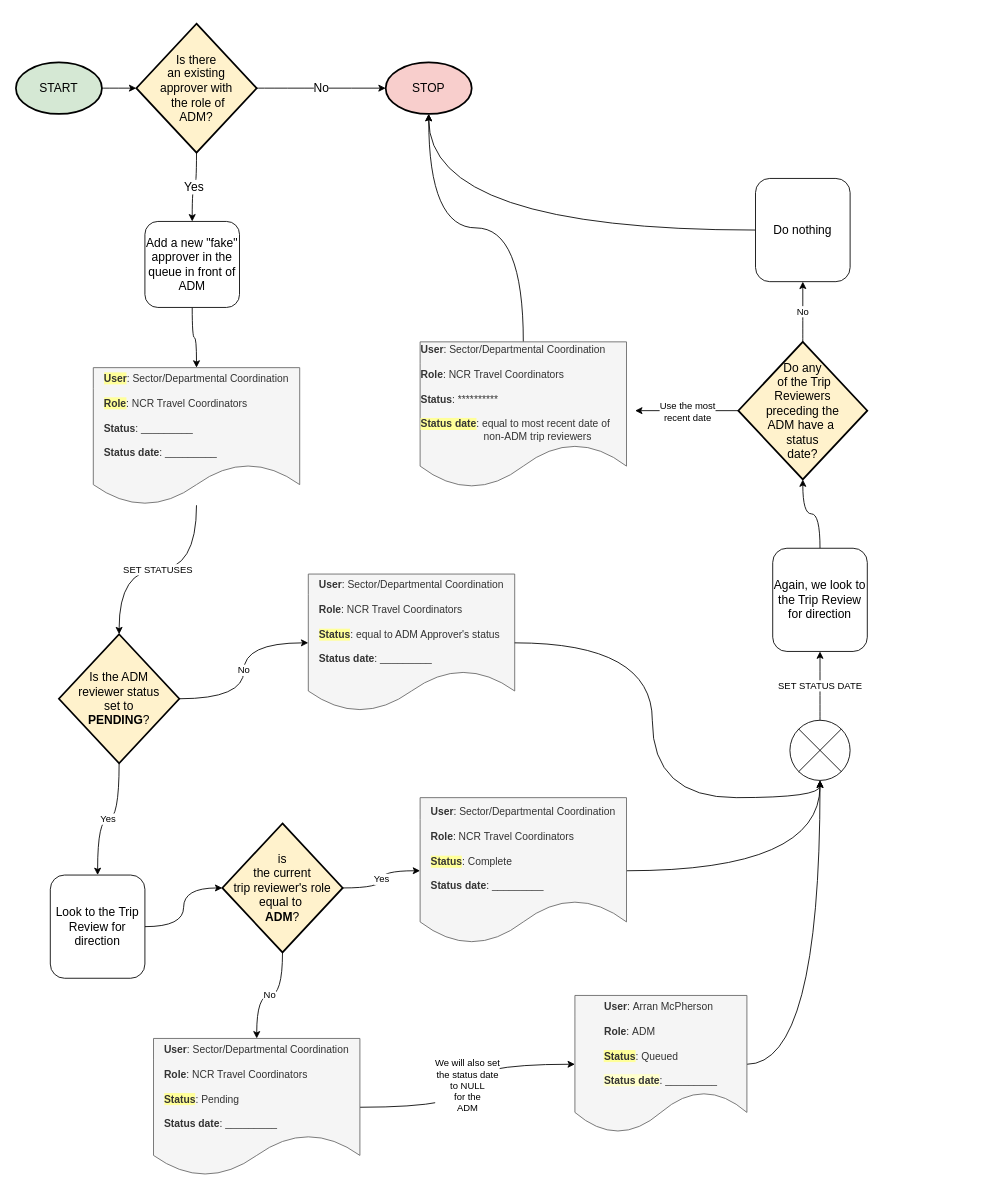
Before: TravelCoordinationApproverInsertionDiagram.drawio in davjfish/diagrams, a draw.io diagram. Source tidied: cells renumbered, new cells numbered last; positions are measured from the earlier drawing's top-left corner, leaving out a move shared by most shapes. Both pictures are drawn from the tidied source at 86%, with x=0, y=0 at pixel (15, 23).
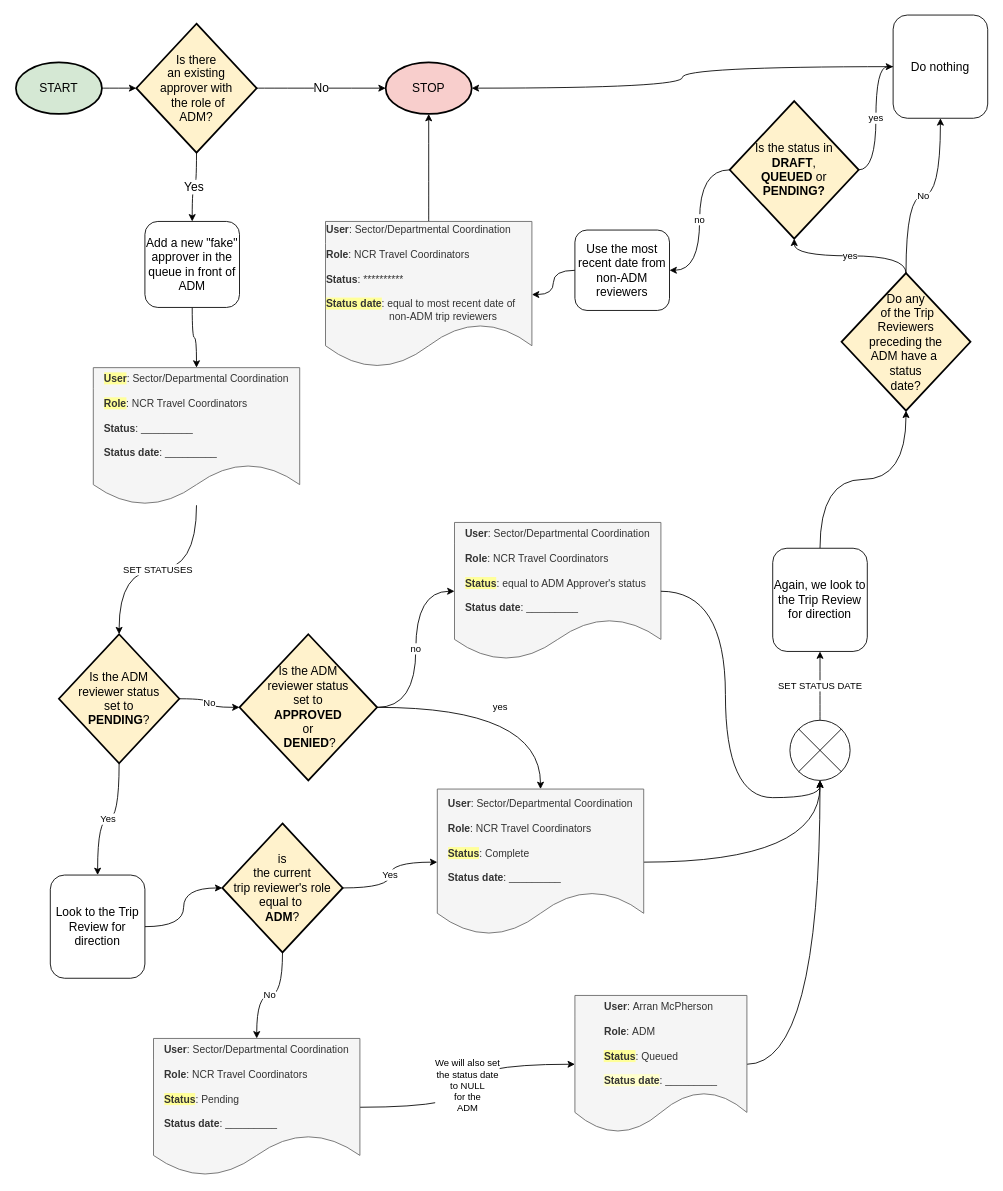
After the change.

The change refers to these unchanged cells:
```xml
<mxCell id="13" value="Is the ADM &lt;br&gt;reviewer status&lt;br&gt;&amp;nbsp;set to&amp;nbsp;&lt;br&gt;&lt;b&gt;PENDING&lt;/b&gt;?" style="rhombus;whiteSpace=wrap;html=1;strokeWidth=2;fontSize=14;fillColor=#FFF2CC;" parent="1" vertex="1">
  <mxGeometry x="50" y="710" width="140" height="150" as="geometry" />
</mxCell>
```

The edit, as a diff of the source:
```diff
@@
-    <mxCell id="11" value="No" style="edgeStyle=orthogonalEdgeStyle;rounded=0;jettySize=auto;html=1;curved=1;" parent="1" edge="1" source="13" target="20">
+    <mxCell id="11" value="No" style="edgeStyle=orthogonalEdgeStyle;rounded=0;jettySize=auto;html=1;curved=1;" parent="1" edge="1" source="13" target="42">
       <mxGeometry relative="1" as="geometry" />
     </mxCell>
@@
     <mxCell id="20" value="&lt;div style=&quot;text-align: left;&quot;&gt;&lt;b style=&quot;background-color: initial;&quot;&gt;User&lt;/b&gt;&lt;span style=&quot;background-color: initial;&quot;&gt;:&amp;nbsp;Sector/Departmental Coordination&lt;/span&gt;&lt;br&gt;&lt;/div&gt;&lt;div style=&quot;text-align: left;&quot;&gt;&lt;br&gt;&lt;/div&gt;&lt;div style=&quot;text-align: left;&quot;&gt;&lt;b&gt;Role&lt;/b&gt;:&amp;nbsp;NCR Travel Coordinators&lt;/div&gt;&lt;div style=&quot;text-align: left;&quot;&gt;&lt;br&gt;&lt;/div&gt;&lt;div style=&quot;text-align: left;&quot;&gt;&lt;b style=&quot;background-color: rgb(255, 255, 153);&quot;&gt;Status&lt;/b&gt;: equal to ADM Approver's status&lt;/div&gt;&lt;div style=&quot;text-align: left;&quot;&gt;&lt;span style=&quot;background-color: initial;&quot;&gt;&lt;br&gt;&lt;/span&gt;&lt;/div&gt;&lt;div style=&quot;text-align: left;&quot;&gt;&lt;b style=&quot;&quot;&gt;Status date&lt;/b&gt;: _________&lt;span style=&quot;background-color: initial;&quot;&gt;&lt;br&gt;&lt;/span&gt;&lt;/div&gt;" style="shape=document;whiteSpace=wrap;html=1;boundedLbl=1;fillColor=#f5f5f5;fontColor=#333333;strokeColor=#666666;" parent="1" vertex="1">
-      <mxGeometry x="340" y="640" width="240" height="160" as="geometry" />
+      <mxGeometry x="510" y="580" width="240" height="160" as="geometry" />
     </mxCell>
@@
     <mxCell id="22" value="&lt;div style=&quot;text-align: left;&quot;&gt;&lt;b style=&quot;background-color: initial;&quot;&gt;User&lt;/b&gt;&lt;span style=&quot;background-color: initial;&quot;&gt;:&amp;nbsp;Sector/Departmental Coordination&lt;/span&gt;&lt;br&gt;&lt;/div&gt;&lt;div style=&quot;text-align: left;&quot;&gt;&lt;br&gt;&lt;/div&gt;&lt;div style=&quot;text-align: left;&quot;&gt;&lt;b&gt;Role&lt;/b&gt;:&amp;nbsp;NCR Travel Coordinators&lt;/div&gt;&lt;div style=&quot;text-align: left;&quot;&gt;&lt;br&gt;&lt;/div&gt;&lt;div style=&quot;text-align: left;&quot;&gt;&lt;b style=&quot;background-color: rgb(255, 255, 153);&quot;&gt;Status&lt;/b&gt;: Complete&lt;/div&gt;&lt;div style=&quot;text-align: left;&quot;&gt;&lt;span style=&quot;background-color: initial;&quot;&gt;&lt;br&gt;&lt;/span&gt;&lt;/div&gt;&lt;div style=&quot;text-align: left;&quot;&gt;&lt;b style=&quot;&quot;&gt;Status date&lt;/b&gt;: _________&lt;span style=&quot;background-color: initial;&quot;&gt;&lt;br&gt;&lt;/span&gt;&lt;/div&gt;" style="shape=document;whiteSpace=wrap;html=1;boundedLbl=1;fillColor=#f5f5f5;fontColor=#333333;strokeColor=#666666;" parent="1" vertex="1">
-      <mxGeometry x="470" y="900" width="240" height="170" as="geometry" />
+      <mxGeometry x="490" y="890" width="240" height="170" as="geometry" />
     </mxCell>
@@
-    <mxCell id="33" value="Use the most&lt;br&gt;recent date" style="edgeStyle=orthogonalEdgeStyle;rounded=0;jettySize=auto;html=1;curved=1;" parent="1" edge="1" source="34">
-      <mxGeometry relative="1" as="geometry">
-        <mxPoint x="720" y="450" as="targetPoint" />
-      </mxGeometry>
+    <mxCell id="33" value="no" style="edgeStyle=orthogonalEdgeStyle;rounded=0;jettySize=auto;html=1;curved=1;entryX=1;entryY=0.5;entryDx=0;entryDy=0;" parent="1" edge="1" source="44" target="46">
+      <mxGeometry relative="1" as="geometry" />
     </mxCell>
+    <mxCell id="39" value="yes" style="edgeStyle=orthogonalEdgeStyle;rounded=0;jettySize=auto;html=1;curved=1;" parent="1" edge="1" source="34" target="44">
+      <mxGeometry relative="1" as="geometry" />
+    </mxCell>
     <mxCell id="34" value="Do any&lt;br&gt;&amp;nbsp;of the Trip &lt;br&gt;Reviewers &lt;br&gt;preceding the &lt;br&gt;ADM have a&amp;nbsp;&lt;br&gt;status &lt;br&gt;date?" style="rhombus;whiteSpace=wrap;html=1;strokeWidth=2;fontSize=14;fillColor=#FFF2CC;" parent="1" vertex="1">
-      <mxGeometry x="840" y="370" width="150" height="160" as="geometry" />
+      <mxGeometry x="960" y="290" width="150" height="160" as="geometry" />
     </mxCell>
@@
     <mxCell id="36" value="Do nothing" style="rounded=1;whiteSpace=wrap;html=1;fontSize=14;" parent="1" vertex="1">
-      <mxGeometry x="860" y="180" width="110" height="120" as="geometry" />
+      <mxGeometry x="1020" y="-10" width="110" height="120" as="geometry" />
     </mxCell>
@@
     <mxCell id="38" value="&lt;div style=&quot;text-align: left;&quot;&gt;&lt;b style=&quot;background-color: initial;&quot;&gt;User&lt;/b&gt;&lt;span style=&quot;background-color: initial;&quot;&gt;:&amp;nbsp;Sector/Departmental Coordination&lt;/span&gt;&lt;br&gt;&lt;/div&gt;&lt;div style=&quot;text-align: left;&quot;&gt;&lt;br&gt;&lt;/div&gt;&lt;div style=&quot;text-align: left;&quot;&gt;&lt;b&gt;Role&lt;/b&gt;:&amp;nbsp;NCR Travel Coordinators&lt;/div&gt;&lt;div style=&quot;text-align: left;&quot;&gt;&lt;br&gt;&lt;/div&gt;&lt;div style=&quot;text-align: left;&quot;&gt;&lt;b style=&quot;&quot;&gt;Status&lt;/b&gt;: **********&lt;/div&gt;&lt;div style=&quot;text-align: left;&quot;&gt;&lt;span style=&quot;background-color: initial;&quot;&gt;&lt;br&gt;&lt;/span&gt;&lt;/div&gt;&lt;div style=&quot;text-align: left;&quot;&gt;&lt;b style=&quot;background-color: rgb(255, 255, 153);&quot;&gt;Status date&lt;/b&gt;: equal to most recent date of&amp;nbsp; &amp;nbsp; &amp;nbsp; &amp;nbsp; &amp;nbsp; &amp;nbsp; &amp;nbsp; &amp;nbsp; &amp;nbsp; &amp;nbsp; &amp;nbsp; &amp;nbsp; &amp;nbsp; &amp;nbsp; non-ADM trip reviewers&lt;span style=&quot;background-color: initial;&quot;&gt;&lt;br&gt;&lt;/span&gt;&lt;/div&gt;" style="shape=document;whiteSpace=wrap;html=1;boundedLbl=1;fillColor=#f5f5f5;fontColor=#333333;strokeColor=#666666;" parent="1" vertex="1">
-      <mxGeometry x="470" y="370" width="240" height="170" as="geometry" />
+      <mxGeometry x="360" y="230" width="240" height="170" as="geometry" />
     </mxCell>
+    <mxCell id="40" value="yes" style="edgeStyle=orthogonalEdgeStyle;rounded=0;jettySize=auto;html=1;curved=1;" parent="1" edge="1" source="42" target="22">
+      <mxGeometry relative="1" as="geometry" />
+    </mxCell>
+    <mxCell id="41" value="no" style="edgeStyle=orthogonalEdgeStyle;rounded=0;jettySize=auto;html=1;curved=1;" parent="1" edge="1" source="42" target="20">
+      <mxGeometry relative="1" as="geometry" />
+    </mxCell>
+    <mxCell id="42" value="Is the ADM &lt;br&gt;reviewer status&lt;br&gt;&amp;nbsp;set to&amp;nbsp;&lt;br&gt;&lt;b&gt;APPROVED &lt;br&gt;&lt;/b&gt;or&lt;br&gt;&lt;b&gt;&amp;nbsp;DENIED&lt;/b&gt;?" style="rhombus;whiteSpace=wrap;html=1;strokeWidth=2;fontSize=14;fillColor=#FFF2CC;" parent="1" vertex="1">
+      <mxGeometry x="260" y="710" width="160" height="170" as="geometry" />
+    </mxCell>
+    <mxCell id="43" value="yes" style="edgeStyle=orthogonalEdgeStyle;rounded=0;jettySize=auto;html=1;curved=1;" parent="1" edge="1" source="44" target="36">
+      <mxGeometry relative="1" as="geometry" />
+    </mxCell>
+    <mxCell id="44" value="Is the status in &lt;br&gt;&lt;b&gt;DRAFT&lt;/b&gt;,&lt;b&gt; &lt;br&gt;QUEUED &lt;/b&gt;or&lt;b&gt; PENDING?&lt;br&gt;&lt;/b&gt;" style="rhombus;whiteSpace=wrap;html=1;strokeWidth=2;fontSize=14;fillColor=#FFF2CC;" parent="1" vertex="1">
+      <mxGeometry x="830" y="90" width="150" height="160" as="geometry" />
+    </mxCell>
+    <mxCell id="45" style="edgeStyle=orthogonalEdgeStyle;rounded=0;jettySize=auto;html=1;curved=1;" parent="1" edge="1" source="46" target="38">
+      <mxGeometry relative="1" as="geometry" />
+    </mxCell>
+    <mxCell id="46" value="&lt;div&gt;Use the most&lt;/div&gt;&lt;div&gt;recent date from non-ADM reviewers&lt;/div&gt;" style="rounded=1;whiteSpace=wrap;html=1;fontSize=14;" parent="1" vertex="1">
+      <mxGeometry x="650" y="240" width="110" height="93.5" as="geometry" />
+    </mxCell>
```
